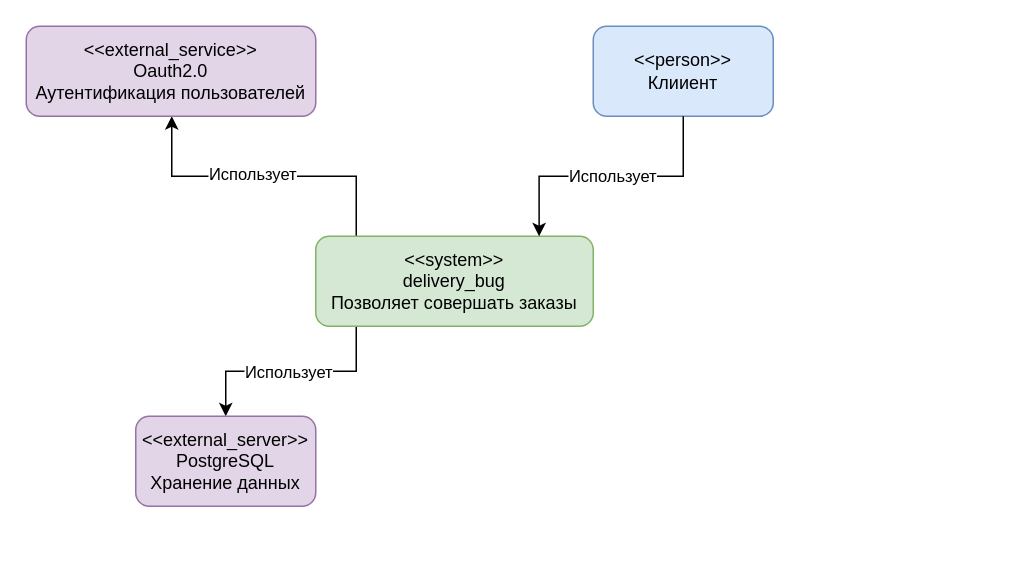
Earlier version of the draw.io diagram blob/project_diagram.drawio (dissatisfied-nerd/delivery-bug). Source tidied: cells renumbered, new cells numbered last; positions are measured from the earlier drawing's top-left corner, leaving out a move shared by most shapes. Both pictures are drawn from the tidied source at 150%, with x=0, y=0 at pixel (26, 26).
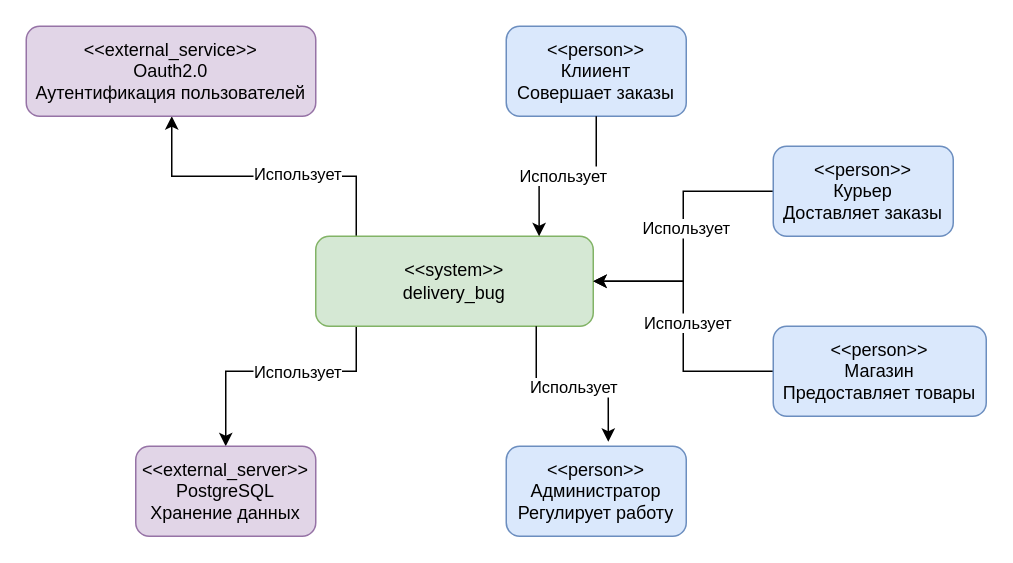
After the change.

The change refers to these unchanged cells:
```xml
<mxCell id="2" style="edgeStyle=orthogonalEdgeStyle;rounded=0;jettySize=auto;html=1;" parent="1" edge="1" source="6" target="10">
  <mxGeometry relative="1" as="geometry">
    <Array as="points">
      <mxPoint x="220" y="100" />
      <mxPoint x="97" y="100" />
    </Array>
  </mxGeometry>
</mxCell>
<mxCell id="4" style="edgeStyle=orthogonalEdgeStyle;rounded=0;jettySize=auto;html=1;entryX=0.5;entryY=0;entryDx=0;entryDy=0;" parent="1" edge="1" source="6" target="11">
  <mxGeometry relative="1" as="geometry">
    <Array as="points">
      <mxPoint x="220" y="230" />
      <mxPoint x="133" y="230" />
    </Array>
  </mxGeometry>
</mxCell>
```

What changed in the source:
```diff
@@
     <mxCell id="3" value="Использует" style="edgeLabel;html=1;align=center;verticalAlign=middle;" parent="2" vertex="1">
       <mxGeometry x="-0.15" y="-2" relative="1" as="geometry">
-        <mxPoint x="-24" as="offset" />
+        <mxPoint x="6" as="offset" />
       </mxGeometry>
     </mxCell>
@@
     <mxCell id="5" value="Использует" style="edgeLabel;html=1;align=center;verticalAlign=middle;" parent="4" vertex="1">
-      <mxGeometry x="0.03" relative="1" as="geometry" />
+      <mxGeometry x="0.03" relative="1" as="geometry">
+        <mxPoint x="16" as="offset" />
+      </mxGeometry>
     </mxCell>
-    <mxCell id="6" value="&amp;lt;&amp;lt;system&amp;gt;&amp;gt;&lt;br&gt;delivery_bug&lt;br&gt;Позволяет совершать заказы" style="rounded=1;whiteSpace=wrap;html=1;fillColor=#d5e8d4;strokeColor=#82b366;" parent="1" vertex="1">
+    <mxCell id="6" value="&amp;lt;&amp;lt;system&amp;gt;&amp;gt;&lt;br&gt;delivery_bug" style="rounded=1;whiteSpace=wrap;html=1;fillColor=#d5e8d4;strokeColor=#82b366;" parent="1" vertex="1">
       <mxGeometry x="193" y="140" width="185" height="60" as="geometry" />
     </mxCell>
-    <mxCell id="7" value="&amp;lt;&amp;lt;person&amp;gt;&amp;gt;&lt;br&gt;Клииент" style="rounded=1;whiteSpace=wrap;html=1;fillColor=#dae8fc;strokeColor=#6c8ebf;" parent="1" vertex="1">
-      <mxGeometry x="378" width="120" height="60" as="geometry" />
+    <mxCell id="7" value="&amp;lt;&amp;lt;person&amp;gt;&amp;gt;&lt;br&gt;Клииент&lt;br&gt;Совершает заказы" style="rounded=1;whiteSpace=wrap;html=1;fillColor=#dae8fc;strokeColor=#6c8ebf;" parent="1" vertex="1">
+      <mxGeometry x="320" width="120" height="60" as="geometry" />
     </mxCell>
@@
     <mxCell id="11" value="&amp;lt;&amp;lt;external_server&amp;gt;&amp;gt;&lt;br&gt;PostgreSQL&lt;br&gt;Хранение данных" style="rounded=1;whiteSpace=wrap;html=1;fillColor=#e1d5e7;strokeColor=#9673a6;" parent="1" vertex="1">
-      <mxGeometry x="73" y="260" width="120" height="60" as="geometry" />
+      <mxGeometry x="73" y="280" width="120" height="60" as="geometry" />
     </mxCell>
+    <mxCell id="12" style="edgeStyle=orthogonalEdgeStyle;rounded=0;jettySize=auto;html=1;entryX=1;entryY=0.5;entryDx=0;entryDy=0;" parent="1" edge="1" source="14" target="6">
+      <mxGeometry relative="1" as="geometry" />
+    </mxCell>
+    <mxCell id="13" value="Использует" style="edgeLabel;html=1;align=center;verticalAlign=middle;" parent="12" vertex="1">
+      <mxGeometry x="-0.07" y="1" relative="1" as="geometry" />
+    </mxCell>
+    <mxCell id="14" value="&amp;lt;&amp;lt;person&amp;gt;&amp;gt;&lt;br&gt;Курьер&lt;br&gt;Доставляет заказы" style="rounded=1;whiteSpace=wrap;html=1;fillColor=#dae8fc;strokeColor=#6c8ebf;" parent="1" vertex="1">
+      <mxGeometry x="498" y="80" width="120" height="60" as="geometry" />
+    </mxCell>
+    <mxCell id="15" style="edgeStyle=orthogonalEdgeStyle;rounded=0;jettySize=auto;html=1;" parent="1" edge="1" source="17" target="6">
+      <mxGeometry relative="1" as="geometry" />
+    </mxCell>
+    <mxCell id="16" value="Использует" style="edgeLabel;html=1;align=center;verticalAlign=middle;" parent="15" vertex="1">
+      <mxGeometry x="0.03" y="8" relative="1" as="geometry">
+        <mxPoint x="10" as="offset" />
+      </mxGeometry>
+    </mxCell>
+    <mxCell id="17" value="&amp;lt;&amp;lt;person&amp;gt;&amp;gt;&lt;br&gt;Магазин&lt;br&gt;Предоставляет товары" style="rounded=1;whiteSpace=wrap;html=1;fillColor=#dae8fc;strokeColor=#6c8ebf;" parent="1" vertex="1">
+      <mxGeometry x="498" y="200" width="142" height="60" as="geometry" />
+    </mxCell>
+    <mxCell id="18" value="&amp;lt;&amp;lt;person&amp;gt;&amp;gt;&lt;br&gt;Администратор&lt;br&gt;Регулирует работу" style="rounded=1;whiteSpace=wrap;html=1;fillColor=#dae8fc;strokeColor=#6c8ebf;" parent="1" vertex="1">
+      <mxGeometry x="320" y="280" width="120" height="60" as="geometry" />
+    </mxCell>
+    <mxCell id="19" style="edgeStyle=orthogonalEdgeStyle;rounded=0;jettySize=auto;html=1;entryX=0.567;entryY=-0.05;entryDx=0;entryDy=0;entryPerimeter=0;" parent="1" edge="1" source="6" target="18">
+      <mxGeometry relative="1" as="geometry">
+        <Array as="points">
+          <mxPoint x="340" y="240" />
+          <mxPoint x="388" y="240" />
+        </Array>
+      </mxGeometry>
+    </mxCell>
+    <mxCell id="20" value="Использует" style="edgeLabel;html=1;align=center;verticalAlign=middle;" parent="19" vertex="1">
+      <mxGeometry x="0.02" relative="1" as="geometry" />
+    </mxCell>
```
